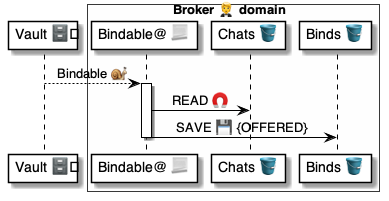
Earlier version of the PlantUML export 4 ⚙️ Solution/20 🧑‍🦰 UI/Brokers 🤵/🤵🅰️ Broker methods/Binds 🔗 Bindable 🗄️🐌🤵/🤵 Bindable ⚙️ uml.png (pollyweb-org/pollyweb-docs). Its source is kept beside it as 4 ⚙️ Solution/20 🧑‍🦰 UI/Brokers 🤵/🤵🅰️ Broker methods/Binds 🔗 Bindable 🗄️🐌🤵/🤵 Bindable ⚙️ uml.puml.
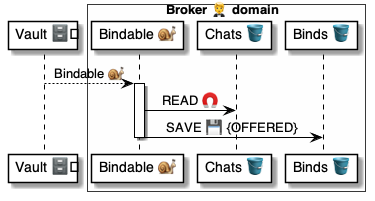
The same file after the commit.

The edit, as a diff of the source:
```diff
@@ -4,7 +4,7 @@
 participant "Vault 🗄️" as vault
 
 box Broker 🤵 domain  #FFFFFA
-    participant "Bindable@ 📃" as broker
+    participant "Bindable 🐌" as broker
     participant "Chats 🪣" as chats
     participant "Binds 🪣" as binds
 end box
```
